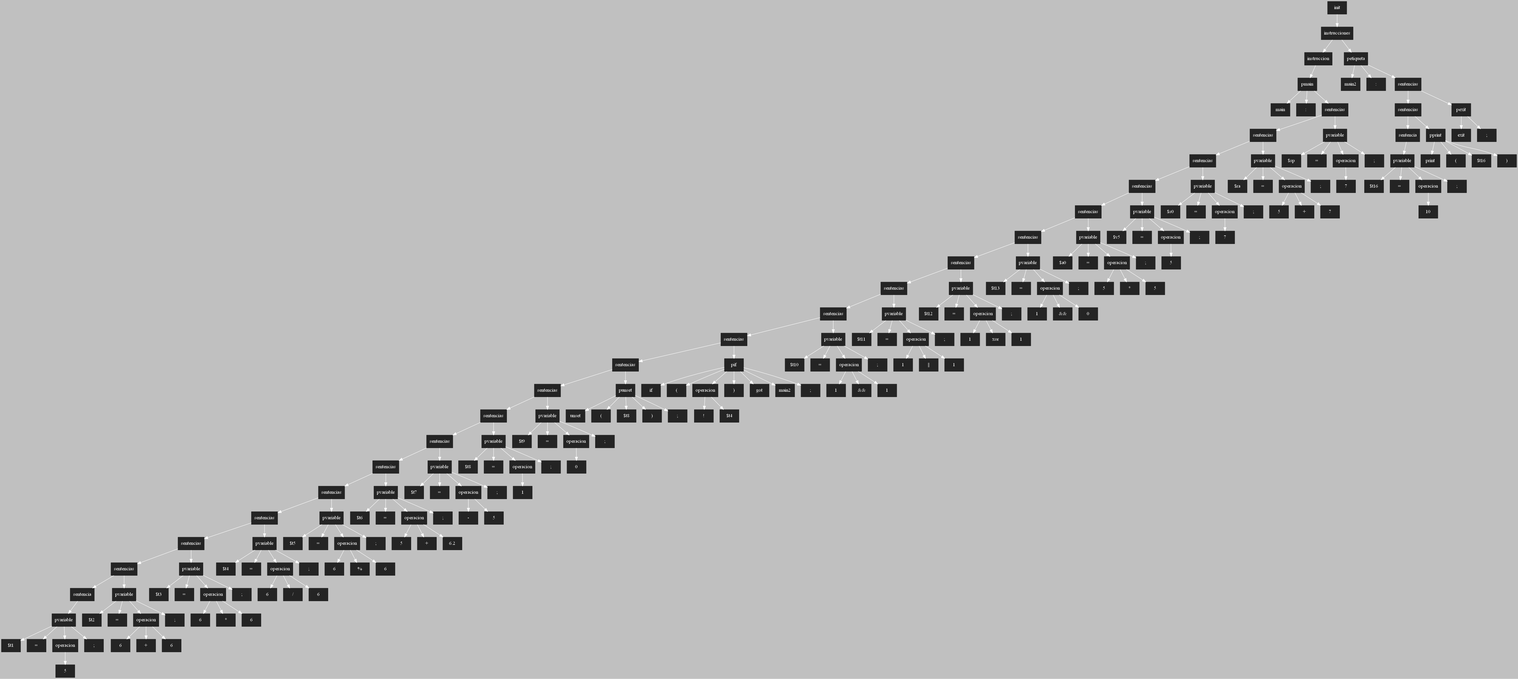
This is ASPAscendente.png from AndreeAvalos/OLC2-AUGUS, a Graphviz export, as it was before one commit. Its source is kept beside it as ASPAscendente.dot.
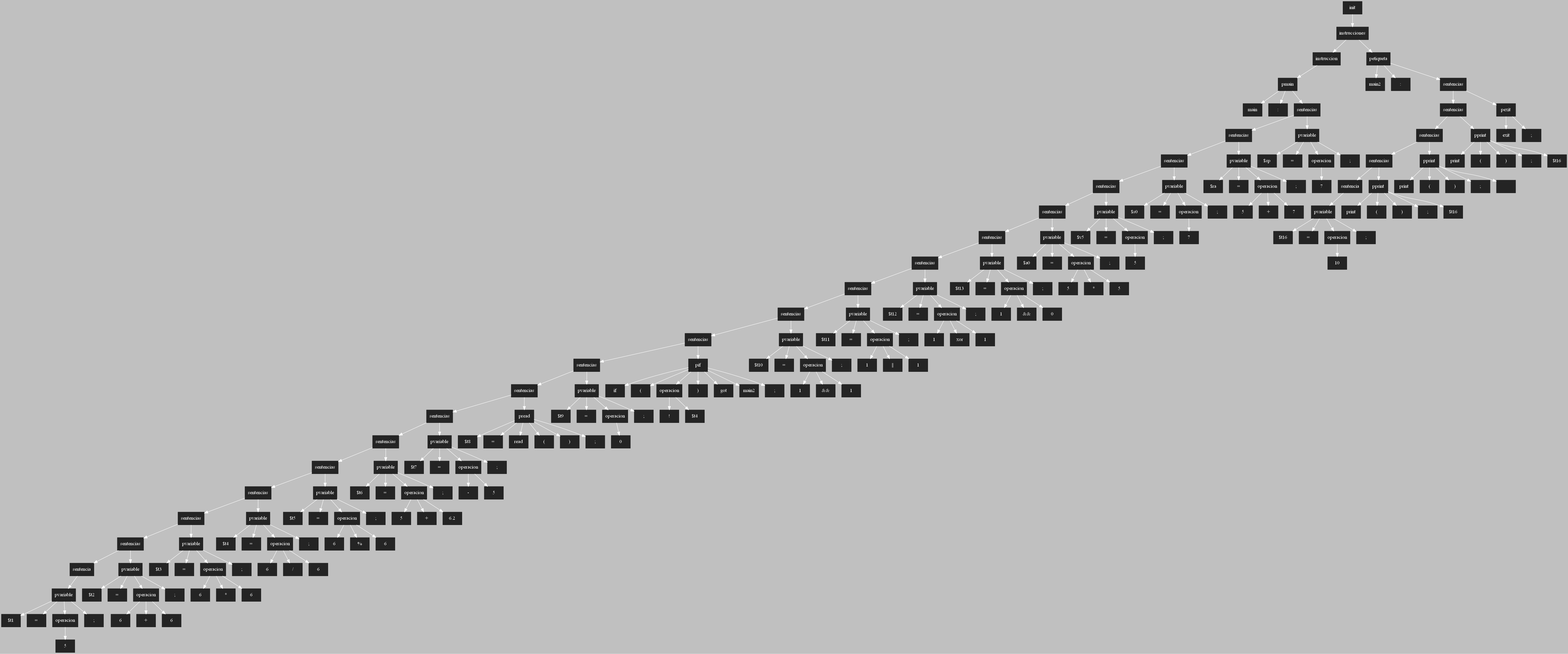
The same diagram one commit later.

Commit message:
Sentencia READ

Change to the diagram source:
```diff
@@ -3,412 +3,408 @@
  [shape=box, style=filled, color=gray14]
  rankdir=UD
  edge[color=white, dir=fordware]
-409[style = "filled" ; label = "init"]
-408[style = "filled" ; label = "instrucciones"]
-375[style = "filled" ; label = "instruccion"]
-372[style = "filled" ; label = "pmain"]
-373[style = "filled" ; label = "main"]
-374[style = "filled" ; label = ":"]
-371[style = "filled" ; label = "sentencias"]
-364[style = "filled" ; label = "sentencias"]
-355[style = "filled" ; label = "sentencias"]
-348[style = "filled" ; label = "sentencias"]
-341[style = "filled" ; label = "sentencias"]
-332[style = "filled" ; label = "sentencias"]
-323[style = "filled" ; label = "sentencias"]
-314[style = "filled" ; label = "sentencias"]
-305[style = "filled" ; label = "sentencias"]
-296[style = "filled" ; label = "sentencias"]
-286[style = "filled" ; label = "sentencias"]
-279[style = "filled" ; label = "sentencias"]
-272[style = "filled" ; label = "sentencias"]
-265[style = "filled" ; label = "sentencias"]
-257[style = "filled" ; label = "sentencias"]
-248[style = "filled" ; label = "sentencias"]
-239[style = "filled" ; label = "sentencias"]
-230[style = "filled" ; label = "sentencias"]
-221[style = "filled" ; label = "sentencias"]
-212[style = "filled" ; label = "sentencia"]
-208[style = "filled" ; label = "pvariable"]
-209[style = "filled" ; label = "$t1"]
-210[style = "filled" ; label = "="]
-207[style = "filled" ; label = "operacion"]
-206[style = "filled" ; label = "5"]
-211[style = "filled" ; label = ";"]
-217[style = "filled" ; label = "pvariable"]
-218[style = "filled" ; label = "$t2"]
-219[style = "filled" ; label = "="]
-215[style = "filled" ; label = "operacion"]
-213[style = "filled" ; label = "6"]
-216[style = "filled" ; label = "+"]
-214[style = "filled" ; label = "6"]
-220[style = "filled" ; label = ";"]
-226[style = "filled" ; label = "pvariable"]
-227[style = "filled" ; label = "$t3"]
-228[style = "filled" ; label = "="]
-224[style = "filled" ; label = "operacion"]
-222[style = "filled" ; label = "6"]
-225[style = "filled" ; label = "*"]
-223[style = "filled" ; label = "6"]
-229[style = "filled" ; label = ";"]
-235[style = "filled" ; label = "pvariable"]
-236[style = "filled" ; label = "$t4"]
-237[style = "filled" ; label = "="]
-233[style = "filled" ; label = "operacion"]
-231[style = "filled" ; label = "6"]
-234[style = "filled" ; label = "/"]
-232[style = "filled" ; label = "6"]
-238[style = "filled" ; label = ";"]
-244[style = "filled" ; label = "pvariable"]
-245[style = "filled" ; label = "$t5"]
-246[style = "filled" ; label = "="]
-242[style = "filled" ; label = "operacion"]
-240[style = "filled" ; label = "6"]
-243[style = "filled" ; label = "%"]
-241[style = "filled" ; label = "6"]
-247[style = "filled" ; label = ";"]
-253[style = "filled" ; label = "pvariable"]
-254[style = "filled" ; label = "$t6"]
-255[style = "filled" ; label = "="]
-251[style = "filled" ; label = "operacion"]
-249[style = "filled" ; label = "5"]
-252[style = "filled" ; label = "+"]
-250[style = "filled" ; label = "6.2"]
-256[style = "filled" ; label = ";"]
-261[style = "filled" ; label = "pvariable"]
-262[style = "filled" ; label = "$t7"]
-263[style = "filled" ; label = "="]
-259[style = "filled" ; label = "operacion"]
-260[style = "filled" ; label = "-"]
-258[style = "filled" ; label = "5"]
-264[style = "filled" ; label = ";"]
-268[style = "filled" ; label = "pvariable"]
-269[style = "filled" ; label = "$t8"]
-270[style = "filled" ; label = "="]
-267[style = "filled" ; label = "operacion"]
-266[style = "filled" ; label = "1"]
-271[style = "filled" ; label = ";"]
-275[style = "filled" ; label = "pvariable"]
-276[style = "filled" ; label = "$t9"]
-277[style = "filled" ; label = "="]
-274[style = "filled" ; label = "operacion"]
-273[style = "filled" ; label = "0"]
-278[style = "filled" ; label = ";"]
-280[style = "filled" ; label = "punset"]
-281[style = "filled" ; label = "unset"]
-282[style = "filled" ; label = "("]
-283[style = "filled" ; label = "$t8"]
+404[style = "filled" ; label = "init"]
+403[style = "filled" ; label = "instrucciones"]
+367[style = "filled" ; label = "instruccion"]
+364[style = "filled" ; label = "pmain"]
+365[style = "filled" ; label = "main"]
+366[style = "filled" ; label = ":"]
+363[style = "filled" ; label = "sentencias"]
+356[style = "filled" ; label = "sentencias"]
+347[style = "filled" ; label = "sentencias"]
+340[style = "filled" ; label = "sentencias"]
+333[style = "filled" ; label = "sentencias"]
+324[style = "filled" ; label = "sentencias"]
+315[style = "filled" ; label = "sentencias"]
+306[style = "filled" ; label = "sentencias"]
+297[style = "filled" ; label = "sentencias"]
+288[style = "filled" ; label = "sentencias"]
+277[style = "filled" ; label = "sentencias"]
+270[style = "filled" ; label = "sentencias"]
+262[style = "filled" ; label = "sentencias"]
+254[style = "filled" ; label = "sentencias"]
+245[style = "filled" ; label = "sentencias"]
+236[style = "filled" ; label = "sentencias"]
+227[style = "filled" ; label = "sentencias"]
+218[style = "filled" ; label = "sentencias"]
+209[style = "filled" ; label = "sentencia"]
+205[style = "filled" ; label = "pvariable"]
+206[style = "filled" ; label = "$t1"]
+207[style = "filled" ; label = "="]
+204[style = "filled" ; label = "operacion"]
+203[style = "filled" ; label = "5"]
+208[style = "filled" ; label = ";"]
+214[style = "filled" ; label = "pvariable"]
+215[style = "filled" ; label = "$t2"]
+216[style = "filled" ; label = "="]
+212[style = "filled" ; label = "operacion"]
+210[style = "filled" ; label = "6"]
+213[style = "filled" ; label = "+"]
+211[style = "filled" ; label = "6"]
+217[style = "filled" ; label = ";"]
+223[style = "filled" ; label = "pvariable"]
+224[style = "filled" ; label = "$t3"]
+225[style = "filled" ; label = "="]
+221[style = "filled" ; label = "operacion"]
+219[style = "filled" ; label = "6"]
+222[style = "filled" ; label = "*"]
+220[style = "filled" ; label = "6"]
+226[style = "filled" ; label = ";"]
+232[style = "filled" ; label = "pvariable"]
+233[style = "filled" ; label = "$t4"]
+234[style = "filled" ; label = "="]
+230[style = "filled" ; label = "operacion"]
+228[style = "filled" ; label = "6"]
+231[style = "filled" ; label = "/"]
+229[style = "filled" ; label = "6"]
+235[style = "filled" ; label = ";"]
+241[style = "filled" ; label = "pvariable"]
+242[style = "filled" ; label = "$t5"]
+243[style = "filled" ; label = "="]
+239[style = "filled" ; label = "operacion"]
+237[style = "filled" ; label = "6"]
+240[style = "filled" ; label = "%"]
+238[style = "filled" ; label = "6"]
+244[style = "filled" ; label = ";"]
+250[style = "filled" ; label = "pvariable"]
+251[style = "filled" ; label = "$t6"]
+252[style = "filled" ; label = "="]
+248[style = "filled" ; label = "operacion"]
+246[style = "filled" ; label = "5"]
+249[style = "filled" ; label = "+"]
+247[style = "filled" ; label = "6.2"]
+253[style = "filled" ; label = ";"]
+258[style = "filled" ; label = "pvariable"]
+259[style = "filled" ; label = "$t7"]
+260[style = "filled" ; label = "="]
+256[style = "filled" ; label = "operacion"]
+257[style = "filled" ; label = "-"]
+255[style = "filled" ; label = "5"]
+261[style = "filled" ; label = ";"]
+263[style = "filled" ; label = "pread"]
+264[style = "filled" ; label = "$t8"]
+265[style = "filled" ; label = "="]
+266[style = "filled" ; label = "read"]
+267[style = "filled" ; label = "("]
+268[style = "filled" ; label = ")"]
+269[style = "filled" ; label = ";"]
+273[style = "filled" ; label = "pvariable"]
+274[style = "filled" ; label = "$t9"]
+275[style = "filled" ; label = "="]
+272[style = "filled" ; label = "operacion"]
+271[style = "filled" ; label = "0"]
+276[style = "filled" ; label = ";"]
+281[style = "filled" ; label = "pif"]
+282[style = "filled" ; label = "if"]
+283[style = "filled" ; label = "("]
+279[style = "filled" ; label = "operacion"]
+280[style = "filled" ; label = "!"]
+278[style = "filled" ; label = "$t4"]
 284[style = "filled" ; label = ")"]
-285[style = "filled" ; label = ";"]
-289[style = "filled" ; label = "pif"]
-290[style = "filled" ; label = "if"]
-291[style = "filled" ; label = "("]
-288[style = "filled" ; label = "operacion"]
-287[style = "filled" ; label = "$t4"]
-292[style = "filled" ; label = ")"]
-293[style = "filled" ; label = "got"]
-294[style = "filled" ; label = "main2"]
-295[style = "filled" ; label = ";"]
-301[style = "filled" ; label = "pvariable"]
-302[style = "filled" ; label = "$t10"]
-303[style = "filled" ; label = "="]
-299[style = "filled" ; label = "operacion"]
-297[style = "filled" ; label = "1"]
-300[style = "filled" ; label = "&&"]
+285[style = "filled" ; label = "got"]
+286[style = "filled" ; label = "main2"]
+287[style = "filled" ; label = ";"]
+293[style = "filled" ; label = "pvariable"]
+294[style = "filled" ; label = "$t10"]
+295[style = "filled" ; label = "="]
+291[style = "filled" ; label = "operacion"]
+289[style = "filled" ; label = "1"]
+292[style = "filled" ; label = "&&"]
+290[style = "filled" ; label = "1"]
+296[style = "filled" ; label = ";"]
+302[style = "filled" ; label = "pvariable"]
+303[style = "filled" ; label = "$t11"]
+304[style = "filled" ; label = "="]
+300[style = "filled" ; label = "operacion"]
 298[style = "filled" ; label = "1"]
-304[style = "filled" ; label = ";"]
-310[style = "filled" ; label = "pvariable"]
-311[style = "filled" ; label = "$t11"]
-312[style = "filled" ; label = "="]
-308[style = "filled" ; label = "operacion"]
-306[style = "filled" ; label = "1"]
-309[style = "filled" ; label = "||"]
+301[style = "filled" ; label = "||"]
+299[style = "filled" ; label = "1"]
+305[style = "filled" ; label = ";"]
+311[style = "filled" ; label = "pvariable"]
+312[style = "filled" ; label = "$t12"]
+313[style = "filled" ; label = "="]
+309[style = "filled" ; label = "operacion"]
 307[style = "filled" ; label = "1"]
-313[style = "filled" ; label = ";"]
-319[style = "filled" ; label = "pvariable"]
-320[style = "filled" ; label = "$t12"]
-321[style = "filled" ; label = "="]
-317[style = "filled" ; label = "operacion"]
-315[style = "filled" ; label = "1"]
-318[style = "filled" ; label = "xor"]
+310[style = "filled" ; label = "xor"]
+308[style = "filled" ; label = "1"]
+314[style = "filled" ; label = ";"]
+320[style = "filled" ; label = "pvariable"]
+321[style = "filled" ; label = "$t13"]
+322[style = "filled" ; label = "="]
+318[style = "filled" ; label = "operacion"]
 316[style = "filled" ; label = "1"]
-322[style = "filled" ; label = ";"]
-328[style = "filled" ; label = "pvariable"]
-329[style = "filled" ; label = "$t13"]
-330[style = "filled" ; label = "="]
-326[style = "filled" ; label = "operacion"]
-324[style = "filled" ; label = "1"]
-327[style = "filled" ; label = "&&"]
-325[style = "filled" ; label = "0"]
-331[style = "filled" ; label = ";"]
-337[style = "filled" ; label = "pvariable"]
-338[style = "filled" ; label = "$a0"]
-339[style = "filled" ; label = "="]
+319[style = "filled" ; label = "&&"]
+317[style = "filled" ; label = "0"]
+323[style = "filled" ; label = ";"]
+329[style = "filled" ; label = "pvariable"]
+330[style = "filled" ; label = "$a0"]
+331[style = "filled" ; label = "="]
+327[style = "filled" ; label = "operacion"]
+325[style = "filled" ; label = "5"]
+328[style = "filled" ; label = "*"]
+326[style = "filled" ; label = "5"]
+332[style = "filled" ; label = ";"]
+336[style = "filled" ; label = "pvariable"]
+337[style = "filled" ; label = "$v5"]
+338[style = "filled" ; label = "="]
 335[style = "filled" ; label = "operacion"]
-333[style = "filled" ; label = "5"]
-336[style = "filled" ; label = "*"]
 334[style = "filled" ; label = "5"]
-340[style = "filled" ; label = ";"]
-344[style = "filled" ; label = "pvariable"]
-345[style = "filled" ; label = "$v5"]
-346[style = "filled" ; label = "="]
-343[style = "filled" ; label = "operacion"]
-342[style = "filled" ; label = "5"]
-347[style = "filled" ; label = ";"]
-351[style = "filled" ; label = "pvariable"]
-352[style = "filled" ; label = "$s0"]
-353[style = "filled" ; label = "="]
+339[style = "filled" ; label = ";"]
+343[style = "filled" ; label = "pvariable"]
+344[style = "filled" ; label = "$s0"]
+345[style = "filled" ; label = "="]
+342[style = "filled" ; label = "operacion"]
+341[style = "filled" ; label = "7"]
+346[style = "filled" ; label = ";"]
+352[style = "filled" ; label = "pvariable"]
+353[style = "filled" ; label = "$ra"]
+354[style = "filled" ; label = "="]
 350[style = "filled" ; label = "operacion"]
+348[style = "filled" ; label = "5"]
+351[style = "filled" ; label = "+"]
 349[style = "filled" ; label = "7"]
-354[style = "filled" ; label = ";"]
-360[style = "filled" ; label = "pvariable"]
-361[style = "filled" ; label = "$ra"]
-362[style = "filled" ; label = "="]
+355[style = "filled" ; label = ";"]
+359[style = "filled" ; label = "pvariable"]
+360[style = "filled" ; label = "$sp"]
+361[style = "filled" ; label = "="]
 358[style = "filled" ; label = "operacion"]
-356[style = "filled" ; label = "5"]
-359[style = "filled" ; label = "+"]
 357[style = "filled" ; label = "7"]
-363[style = "filled" ; label = ";"]
-367[style = "filled" ; label = "pvariable"]
-368[style = "filled" ; label = "$sp"]
-369[style = "filled" ; label = "="]
-366[style = "filled" ; label = "operacion"]
-365[style = "filled" ; label = "7"]
-370[style = "filled" ; label = ";"]
-405[style = "filled" ; label = "petiqueta"]
-406[style = "filled" ; label = "main2"]
-407[style = "filled" ; label = ":"]
-404[style = "filled" ; label = "sentencias"]
-400[style = "filled" ; label = "sentencias"]
-394[style = "filled" ; label = "sentencias"]
+362[style = "filled" ; label = ";"]
+400[style = "filled" ; label = "petiqueta"]
+401[style = "filled" ; label = "main2"]
+402[style = "filled" ; label = ":"]
+399[style = "filled" ; label = "sentencias"]
+395[style = "filled" ; label = "sentencias"]
 388[style = "filled" ; label = "sentencias"]
-382[style = "filled" ; label = "sentencia"]
-378[style = "filled" ; label = "pvariable"]
-379[style = "filled" ; label = "$t16"]
-380[style = "filled" ; label = "="]
-377[style = "filled" ; label = "operacion"]
-376[style = "filled" ; label = "10"]
-381[style = "filled" ; label = ";"]
-383[style = "filled" ; label = "pprint"]
-384[style = "filled" ; label = "print"]
-385[style = "filled" ; label = "("]
-386[style = "filled" ; label = "$t16"]
-387[style = "filled" ; label = ")"]
+381[style = "filled" ; label = "sentencias"]
+374[style = "filled" ; label = "sentencia"]
+370[style = "filled" ; label = "pvariable"]
+371[style = "filled" ; label = "$t16"]
+372[style = "filled" ; label = "="]
+369[style = "filled" ; label = "operacion"]
+368[style = "filled" ; label = "10"]
+373[style = "filled" ; label = ";"]
+375[style = "filled" ; label = "pprint"]
+376[style = "filled" ; label = "print"]
+377[style = "filled" ; label = "("]
+378[style = "filled" ; label = ")"]
+379[style = "filled" ; label = ";"]
+380[style = "filled" ; label = "$t16"]
+382[style = "filled" ; label = "pprint"]
+383[style = "filled" ; label = "print"]
+384[style = "filled" ; label = "("]
+385[style = "filled" ; label = ")"]
+386[style = "filled" ; label = ";"]
+387[style = "filled" ; label = "\n"]
 389[style = "filled" ; label = "pprint"]
 390[style = "filled" ; label = "print"]
 391[style = "filled" ; label = "("]
-392[style = "filled" ; label = ""\n""]
-393[style = "filled" ; label = ")"]
-395[style = "filled" ; label = "pprint"]
-396[style = "filled" ; label = "print"]
-397[style = "filled" ; label = "("]
-398[style = "filled" ; label = "$t16"]
-399[style = "filled" ; label = ")"]
-401[style = "filled" ; label = "pexit"]
-402[style = "filled" ; label = "exit"]
-403[style = "filled" ; label = ";"]
-409->408;
-408->375;
-375->372;
-372->373;
-372->374;
-372->371;
-371->364;
-364->355;
-355->348;
-348->341;
-341->332;
-332->323;
-323->314;
-314->305;
-305->296;
-296->286;
-286->279;
-279->272;
-272->265;
-265->257;
-257->248;
-248->239;
-239->230;
-230->221;
-221->212;
-212->208;
-208->209;
-208->210;
-208->207;
-207->206;
-208->211;
-221->217;
-217->218;
-217->219;
-217->215;
-215->213;
-215->216;
-215->214;
-217->220;
-230->226;
-226->227;
-226->228;
-226->224;
-224->222;
-224->225;
-224->223;
-226->229;
-239->235;
-235->236;
-235->237;
-235->233;
-233->231;
-233->234;
-233->232;
-235->238;
-248->244;
-244->245;
-244->246;
-244->242;
-242->240;
-242->243;
-242->241;
-244->247;
-257->253;
-253->254;
-253->255;
-253->251;
-251->249;
-251->252;
-251->250;
-253->256;
-265->261;
-261->262;
-261->263;
-261->259;
-259->260;
-259->258;
-261->264;
-272->268;
-268->269;
-268->270;
-268->267;
-267->266;
-268->271;
-279->275;
-275->276;
-275->277;
-275->274;
-274->273;
-275->278;
-286->280;
-280->281;
-280->282;
-280->283;
-280->284;
-280->285;
-296->289;
-289->290;
-289->291;
-289->288;
-288->287;
-289->292;
-289->293;
-289->294;
-289->295;
-305->301;
-301->302;
-301->303;
-301->299;
-299->297;
-299->300;
-299->298;
-301->304;
-314->310;
-310->311;
-310->312;
-310->308;
-308->306;
-308->309;
-308->307;
-310->313;
-323->319;
-319->320;
-319->321;
-319->317;
-317->315;
-317->318;
-317->316;
-319->322;
-332->328;
-328->329;
-328->330;
-328->326;
-326->324;
-326->327;
-326->325;
-328->331;
-341->337;
-337->338;
-337->339;
-337->335;
-335->333;
-335->336;
+392[style = "filled" ; label = ")"]
+393[style = "filled" ; label = ";"]
+394[style = "filled" ; label = "$t16"]
+396[style = "filled" ; label = "pexit"]
+397[style = "filled" ; label = "exit"]
+398[style = "filled" ; label = ";"]
+404->403;
+403->367;
+367->364;
+364->365;
+364->366;
+364->363;
+363->356;
+356->347;
+347->340;
+340->333;
+333->324;
+324->315;
+315->306;
+306->297;
+297->288;
+288->277;
+277->270;
+270->262;
+262->254;
+254->245;
+245->236;
+236->227;
+227->218;
+218->209;
+209->205;
+205->206;
+205->207;
+205->204;
+204->203;
+205->208;
+218->214;
+214->215;
+214->216;
+214->212;
+212->210;
+212->213;
+212->211;
+214->217;
+227->223;
+223->224;
+223->225;
+223->221;
+221->219;
+221->222;
+221->220;
+223->226;
+236->232;
+232->233;
+232->234;
+232->230;
+230->228;
+230->231;
+230->229;
+232->235;
+245->241;
+241->242;
+241->243;
+241->239;
+239->237;
+239->240;
+239->238;
+241->244;
+254->250;
+250->251;
+250->252;
+250->248;
+248->246;
+248->249;
+248->247;
+250->253;
+262->258;
+258->259;
+258->260;
+258->256;
+256->257;
+256->255;
+258->261;
+270->263;
+263->264;
+263->265;
+263->266;
+263->267;
+263->268;
+263->269;
+277->273;
+273->274;
+273->275;
+273->272;
+272->271;
+273->276;
+288->281;
+281->282;
+281->283;
+281->279;
+279->280;
+279->278;
+281->284;
+281->285;
+281->286;
+281->287;
+297->293;
+293->294;
+293->295;
+293->291;
+291->289;
+291->292;
+291->290;
+293->296;
+306->302;
+302->303;
+302->304;
+302->300;
+300->298;
+300->301;
+300->299;
+302->305;
+315->311;
+311->312;
+311->313;
+311->309;
+309->307;
+309->310;
+309->308;
+311->314;
+324->320;
+320->321;
+320->322;
+320->318;
+318->316;
+318->319;
+318->317;
+320->323;
+333->329;
+329->330;
+329->331;
+329->327;
+327->325;
+327->328;
+327->326;
+329->332;
+340->336;
+336->337;
+336->338;
+336->335;
 335->334;
-337->340;
-348->344;
-344->345;
-344->346;
-344->343;
+336->339;
+347->343;
+343->344;
+343->345;
 343->342;
-344->347;
-355->351;
-351->352;
-351->353;
-351->350;
+342->341;
+343->346;
+356->352;
+352->353;
+352->354;
+352->350;
+350->348;
+350->351;
 350->349;
-351->354;
-364->360;
-360->361;
-360->362;
-360->358;
-358->356;
-358->359;
+352->355;
+363->359;
+359->360;
+359->361;
+359->358;
 358->357;
-360->363;
-371->367;
-367->368;
-367->369;
-367->366;
-366->365;
-367->370;
-408->405;
-405->406;
-405->407;
-405->404;
-404->400;
-400->394;
-394->388;
+359->362;
+403->400;
+400->401;
+400->402;
+400->399;
+399->395;
+395->388;
+388->381;
+381->374;
+374->370;
+370->371;
+370->372;
+370->369;
+369->368;
+370->373;
+381->375;
+375->376;
+375->377;
+375->378;
+375->379;
+375->380;
 388->382;
-382->378;
-378->379;
-378->380;
-378->377;
-377->376;
-378->381;
-388->383;
-383->384;
-383->385;
-383->386;
-383->387;
-394->389;
+382->383;
+382->384;
+382->385;
+382->386;
+382->387;
+395->389;
 389->390;
 389->391;
 389->392;
 389->393;
-400->395;
-395->396;
-395->397;
-395->398;
-395->399;
-404->401;
-401->402;
-401->403;
+389->394;
+399->396;
+396->397;
+396->398;
 
 }
```
